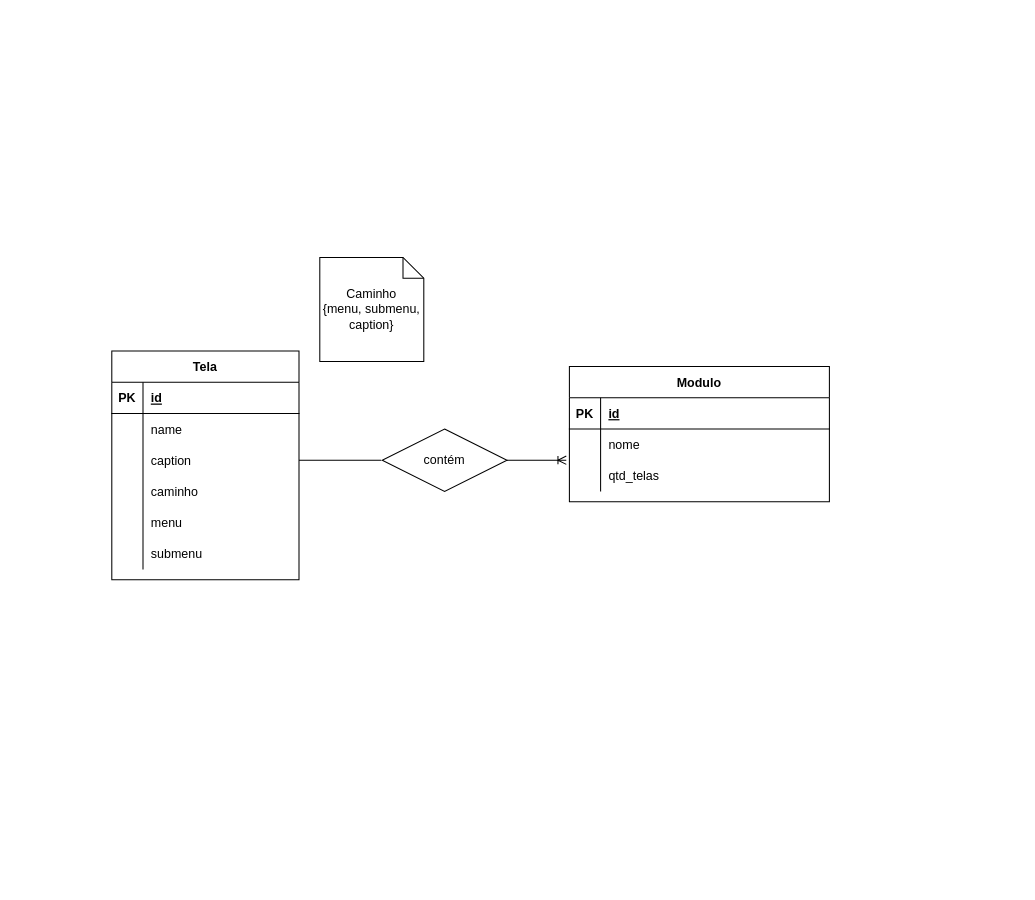
Above: Untitled Diagram.drawio in alanisg/Atividade-01 (draw.io), before the change. Source tidied: cells renumbered, new cells numbered last; positions are measured from the earlier drawing's top-left corner, leaving out a move shared by most shapes. Both pictures are drawn from the tidied source at 104%, with x=0, y=0 at pixel (111, 257).
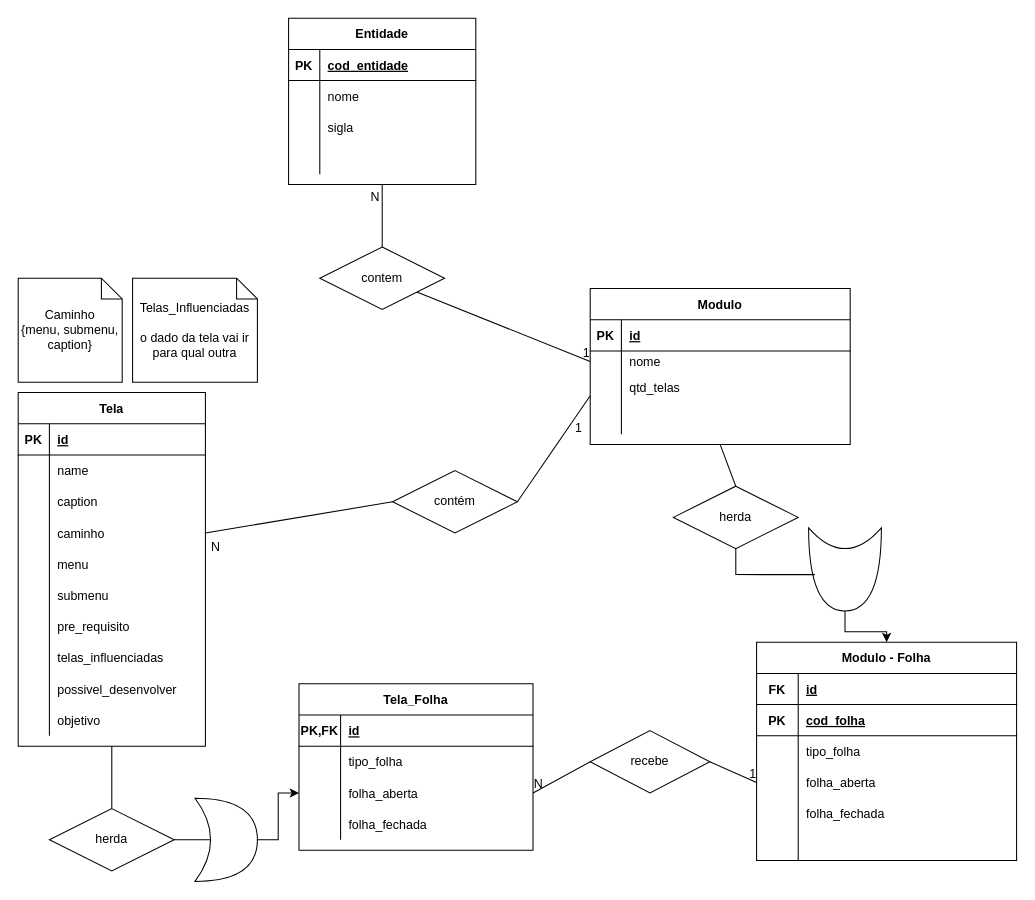
Above is the later version.

The change refers to these unchanged cells:
```xml
<mxCell id="19" style="shape=partialRectangle;fillColor=none;top=0;left=0;bottom=0;right=0;points=[[0,0.5],[1,0.5]];portConstraint=eastwest;" parent="12" vertex="1">
  <mxGeometry y="90" width="180" height="30" as="geometry" />
</mxCell>
<mxCell id="22" style="shape=partialRectangle;fillColor=none;top=0;left=0;bottom=0;right=0;points=[[0,0.5],[1,0.5]];portConstraint=eastwest;" parent="12" vertex="1">
  <mxGeometry y="120" width="180" height="30" as="geometry" />
</mxCell>
```

What changed in the source:
```diff
@@
     <mxCell id="2" value="Modulo" style="shape=table;startSize=30;childLayout=tableLayout;rowLines=0;fontStyle=1;align=center;" parent="1" vertex="1">
-      <mxGeometry x="440" y="105" width="250" height="130" as="geometry" />
+      <mxGeometry x="460" y="30" width="250" height="150" as="geometry" />
     </mxCell>
@@
     <mxCell id="6" style="shape=partialRectangle;fillColor=none;points=[[0,0.5],[1,0.5]];portConstraint=eastwest;top=0;left=0;right=0;bottom=0;" parent="2" vertex="1">
-      <mxGeometry y="60" width="250" height="30" as="geometry" />
+      <mxGeometry y="60" width="250" height="20" as="geometry" />
     </mxCell>
     <mxCell id="7" style="shape=partialRectangle;overflow=hidden;fillColor=none;top=0;left=0;bottom=0;right=0;" parent="6" vertex="1">
-      <mxGeometry width="30" height="30" as="geometry" />
+      <mxGeometry width="30" height="20" as="geometry" />
     </mxCell>
     <mxCell id="8" value="nome" style="shape=partialRectangle;overflow=hidden;fillColor=none;top=0;left=0;bottom=0;right=0;align=left;spacingLeft=6;" parent="6" vertex="1">
-      <mxGeometry x="30" width="220" height="30" as="geometry" />
+      <mxGeometry x="30" width="220" height="20" as="geometry" />
     </mxCell>
     <mxCell id="9" style="shape=partialRectangle;fillColor=none;points=[[0,0.5],[1,0.5]];portConstraint=eastwest;top=0;left=0;right=0;bottom=0;" parent="2" vertex="1">
-      <mxGeometry y="90" width="250" height="30" as="geometry" />
+      <mxGeometry y="80" width="250" height="30" as="geometry" />
     </mxCell>
@@
+    <mxCell id="35" style="shape=partialRectangle;fillColor=none;top=0;left=0;right=0;bottom=0;" parent="2" vertex="1">
+      <mxGeometry y="110" width="250" height="30" as="geometry" />
+    </mxCell>
+    <mxCell id="36" style="shape=partialRectangle;overflow=hidden;fillColor=none;top=0;left=0;bottom=0;right=0;" parent="35" vertex="1">
+      <mxGeometry width="30" height="30" as="geometry" />
+    </mxCell>
+    <mxCell id="37" style="shape=partialRectangle;overflow=hidden;fillColor=none;top=0;left=0;bottom=0;right=0;align=left;spacingLeft=6;" parent="35" vertex="1">
+      <mxGeometry x="30" width="220" height="30" as="geometry" />
+    </mxCell>
     <mxCell id="12" value="Tela" style="shape=table;startSize=30;childLayout=tableLayout;rowLines=0;fontStyle=1;align=center;" parent="1" vertex="1">
-      <mxGeometry y="90" width="180" height="220" as="geometry" />
+      <mxGeometry x="-90" y="130" width="180" height="340" as="geometry" />
     </mxCell>
@@
+    <mxCell id="38" style="shape=partialRectangle;fillColor=none;top=0;left=0;bottom=0;right=0;" parent="12" vertex="1">
+      <mxGeometry y="210" width="180" height="30" as="geometry" />
+    </mxCell>
+    <mxCell id="39" style="shape=partialRectangle;fillColor=none;top=0;left=0;bottom=0;right=0;overflow=hidden;" parent="38" vertex="1">
+      <mxGeometry width="30" height="30" as="geometry" />
+    </mxCell>
+    <mxCell id="40" value="pre_requisito" style="shape=partialRectangle;fillColor=none;top=0;left=0;bottom=0;right=0;align=left;spacingLeft=6;overflow=hidden;" parent="38" vertex="1">
+      <mxGeometry x="30" width="150" height="30" as="geometry" />
+    </mxCell>
+    <mxCell id="41" style="shape=partialRectangle;fillColor=none;top=0;left=0;bottom=0;right=0;" parent="12" vertex="1">
+      <mxGeometry y="240" width="180" height="30" as="geometry" />
+    </mxCell>
+    <mxCell id="42" style="shape=partialRectangle;fillColor=none;top=0;left=0;bottom=0;right=0;overflow=hidden;" parent="41" vertex="1">
+      <mxGeometry width="30" height="30" as="geometry" />
+    </mxCell>
+    <mxCell id="43" value="telas_influenciadas" style="shape=partialRectangle;fillColor=none;top=0;left=0;bottom=0;right=0;align=left;spacingLeft=6;overflow=hidden;" parent="41" vertex="1">
+      <mxGeometry x="30" width="150" height="30" as="geometry" />
+    </mxCell>
+    <mxCell id="44" style="shape=partialRectangle;fillColor=none;top=0;left=0;bottom=0;right=0;" parent="12" vertex="1">
+      <mxGeometry y="270" width="180" height="30" as="geometry" />
+    </mxCell>
+    <mxCell id="45" style="shape=partialRectangle;fillColor=none;top=0;left=0;bottom=0;right=0;overflow=hidden;" parent="44" vertex="1">
+      <mxGeometry width="30" height="30" as="geometry" />
+    </mxCell>
+    <mxCell id="46" value="possivel_desenvolver" style="shape=partialRectangle;fillColor=none;top=0;left=0;bottom=0;right=0;align=left;spacingLeft=6;overflow=hidden;" parent="44" vertex="1">
+      <mxGeometry x="30" width="150" height="30" as="geometry" />
+    </mxCell>
+    <mxCell id="47" style="shape=partialRectangle;fillColor=none;top=0;left=0;bottom=0;right=0;points=[[0,0.5],[1,0.5]];portConstraint=eastwest;" parent="12" vertex="1">
+      <mxGeometry y="300" width="180" height="30" as="geometry" />
+    </mxCell>
+    <mxCell id="48" style="shape=partialRectangle;fillColor=none;top=0;left=0;bottom=0;right=0;overflow=hidden;" parent="47" vertex="1">
+      <mxGeometry width="30" height="30" as="geometry" />
+    </mxCell>
+    <mxCell id="49" value="objetivo" style="shape=partialRectangle;fillColor=none;top=0;left=0;bottom=0;right=0;align=left;spacingLeft=6;overflow=hidden;" parent="47" vertex="1">
+      <mxGeometry x="30" width="150" height="30" as="geometry" />
+    </mxCell>
+    <mxCell id="34" value="Caminho&lt;br&gt;{menu, submenu, caption}" style="shape=note;size=20;whiteSpace=wrap;html=1;" parent="1" vertex="1">
+      <mxGeometry x="-90" y="20" width="100" height="100" as="geometry" />
+    </mxCell>
+    <mxCell id="50" value="Telas_Influenciadas&lt;br&gt;&lt;br&gt;o dado da tela vai ir para qual outra" style="shape=note;size=20;whiteSpace=wrap;html=1;" parent="1" vertex="1">
+      <mxGeometry x="20" y="20" width="120" height="100" as="geometry" />
+    </mxCell>
+    <mxCell id="51" value="Modulo - Folha" style="shape=table;startSize=30;childLayout=tableLayout;rowLines=0;fontStyle=1;align=center;" parent="1" vertex="1">
+      <mxGeometry x="620" y="370" width="250" height="210" as="geometry" />
+    </mxCell>
+    <mxCell id="52" style="shape=partialRectangle;fillColor=none;top=0;left=0;bottom=1;right=0;" parent="51" vertex="1">
+      <mxGeometry y="30" width="250" height="30" as="geometry" />
+    </mxCell>
+    <mxCell id="53" value="FK" style="shape=partialRectangle;fillColor=none;top=0;left=0;bottom=0;right=0;fontStyle=1;overflow=hidden;" parent="52" vertex="1">
+      <mxGeometry width="40" height="30" as="geometry" />
+    </mxCell>
+    <mxCell id="54" value="id" style="shape=partialRectangle;fillColor=none;top=0;left=0;bottom=0;right=0;align=left;spacingLeft=6;fontStyle=5;overflow=hidden;" parent="52" vertex="1">
+      <mxGeometry x="40" width="210" height="30" as="geometry" />
+    </mxCell>
+    <mxCell id="55" style="shape=partialRectangle;fillColor=none;top=0;left=0;bottom=1;right=0;" parent="51" vertex="1">
+      <mxGeometry y="60" width="250" height="30" as="geometry" />
+    </mxCell>
+    <mxCell id="56" value="PK" style="shape=partialRectangle;fillColor=none;top=0;left=0;bottom=0;right=0;fontStyle=1;overflow=hidden;" parent="55" vertex="1">
+      <mxGeometry width="40" height="30" as="geometry" />
+    </mxCell>
+    <mxCell id="57" value="cod_folha" style="shape=partialRectangle;fillColor=none;top=0;left=0;bottom=0;right=0;align=left;spacingLeft=6;fontStyle=5;overflow=hidden;" parent="55" vertex="1">
+      <mxGeometry x="40" width="210" height="30" as="geometry" />
+    </mxCell>
+    <mxCell id="58" style="shape=partialRectangle;fillColor=none;top=0;left=0;bottom=0;right=0;" parent="51" vertex="1">
+      <mxGeometry y="90" width="250" height="30" as="geometry" />
+    </mxCell>
+    <mxCell id="59" style="shape=partialRectangle;fillColor=none;top=0;left=0;bottom=0;right=0;overflow=hidden;" parent="58" vertex="1">
+      <mxGeometry width="40" height="30" as="geometry" />
+    </mxCell>
+    <mxCell id="60" value="tipo_folha" style="shape=partialRectangle;fillColor=none;top=0;left=0;bottom=0;right=0;align=left;spacingLeft=6;overflow=hidden;" parent="58" vertex="1">
+      <mxGeometry x="40" width="210" height="30" as="geometry" />
+    </mxCell>
+    <mxCell id="61" style="shape=partialRectangle;fillColor=none;top=0;left=0;bottom=0;right=0;points=[[0,0.5],[1,0.5]];portConstraint=eastwest;" parent="51" vertex="1">
+      <mxGeometry y="120" width="250" height="30" as="geometry" />
+    </mxCell>
+    <mxCell id="62" style="shape=partialRectangle;fillColor=none;top=0;left=0;bottom=0;right=0;overflow=hidden;" parent="61" vertex="1">
+      <mxGeometry width="40" height="30" as="geometry" />
+    </mxCell>
+    <mxCell id="63" value="folha_aberta" style="shape=partialRectangle;fillColor=none;top=0;left=0;bottom=0;right=0;align=left;spacingLeft=6;overflow=hidden;" parent="61" vertex="1">
+      <mxGeometry x="40" width="210" height="30" as="geometry" />
+    </mxCell>
+    <mxCell id="64" style="shape=partialRectangle;fillColor=none;top=0;left=0;bottom=0;right=0;" parent="51" vertex="1">
+      <mxGeometry y="150" width="250" height="30" as="geometry" />
+    </mxCell>
+    <mxCell id="65" style="shape=partialRectangle;fillColor=none;top=0;left=0;bottom=0;right=0;overflow=hidden;" parent="64" vertex="1">
+      <mxGeometry width="40" height="30" as="geometry" />
+    </mxCell>
+    <mxCell id="66" value="folha_fechada" style="shape=partialRectangle;fillColor=none;top=0;left=0;bottom=0;right=0;align=left;spacingLeft=6;overflow=hidden;" parent="64" vertex="1">
+      <mxGeometry x="40" width="210" height="30" as="geometry" />
+    </mxCell>
+    <mxCell id="67" style="shape=partialRectangle;fillColor=none;top=0;left=0;bottom=0;right=0;" parent="51" vertex="1">
+      <mxGeometry y="180" width="250" height="30" as="geometry" />
+    </mxCell>
+    <mxCell id="68" style="shape=partialRectangle;fillColor=none;top=0;left=0;bottom=0;right=0;overflow=hidden;" parent="67" vertex="1">
+      <mxGeometry width="40" height="30" as="geometry" />
+    </mxCell>
+    <mxCell id="69" style="shape=partialRectangle;fillColor=none;top=0;left=0;bottom=0;right=0;align=left;spacingLeft=6;overflow=hidden;" parent="67" vertex="1">
+      <mxGeometry x="40" width="210" height="30" as="geometry" />
+    </mxCell>
-    <mxCell id="31" style="edgeStyle=entityRelationEdgeStyle;fontSize=12;html=1;endArrow=ERoneToMany;entryX=-0.012;entryY=0;entryDx=0;entryDy=0;entryPerimeter=0;startArrow=none;exitX=1;exitY=0.5;exitDx=0;exitDy=0;" parent="1" edge="1" source="32" target="9">
+    <mxCell id="31" style="endArrow=none;html=1;rounded=0;entryX=0;entryY=0.767;entryDx=0;entryDy=0;entryPerimeter=0;exitX=1;exitY=0.5;exitDx=0;exitDy=0;startArrow=none;" parent="1" edge="1" source="32" target="9">
       <mxGeometry relative="1" as="geometry" />
     </mxCell>
     <mxCell id="32" value="contém" style="shape=rhombus;perimeter=rhombusPerimeter;whiteSpace=wrap;html=1;align=center;" parent="1" vertex="1">
-      <mxGeometry x="260" y="165" width="120" height="60" as="geometry" />
+      <mxGeometry x="270" y="205" width="120" height="60" as="geometry" />
     </mxCell>
-    <mxCell id="33" style="edgeStyle=entityRelationEdgeStyle;fontSize=12;html=1;endArrow=none;exitX=1;exitY=0.5;exitDx=0;exitDy=0;" parent="1" edge="1" source="19">
-      <mxGeometry relative="1" as="geometry">
-        <mxPoint x="259" y="195" as="targetPoint" />
-      </mxGeometry>
-    </mxCell>
-    <mxCell id="34" value="Caminho&lt;br&gt;{menu, submenu, caption}" style="shape=note;size=20;whiteSpace=wrap;html=1;" parent="1" vertex="1">
-      <mxGeometry x="200" width="100" height="100" as="geometry" />
-    </mxCell>
+    <mxCell id="70" style="endArrow=none;html=1;rounded=0;entryX=0;entryY=0.5;entryDx=0;entryDy=0;exitX=1;exitY=0.5;exitDx=0;exitDy=0;" parent="1" edge="1" source="22" target="32">
+      <mxGeometry relative="1" as="geometry" />
+    </mxCell>
+    <mxCell id="71" value="N" style="text;strokeColor=none;fillColor=none;spacingLeft=4;spacingRight=4;overflow=hidden;fontSize=12;" parent="1" vertex="1">
+      <mxGeometry x="90" y="265" width="40" height="30" as="geometry" />
+    </mxCell>
+    <mxCell id="72" value="1" style="text;strokeColor=none;fillColor=none;spacingLeft=4;spacingRight=4;overflow=hidden;fontSize=12;" parent="1" vertex="1">
+      <mxGeometry x="440" y="150" width="40" height="20" as="geometry" />
+    </mxCell>
+    <mxCell id="73" value="Tela_Folha" style="shape=table;startSize=30;childLayout=tableLayout;rowLines=0;fontStyle=1;align=center;" parent="1" vertex="1">
+      <mxGeometry x="180" y="410" width="225" height="160" as="geometry" />
+    </mxCell>
+    <mxCell id="74" style="shape=partialRectangle;fillColor=none;top=0;left=0;bottom=1;right=0;" parent="73" vertex="1">
+      <mxGeometry y="30" width="225" height="30" as="geometry" />
+    </mxCell>
+    <mxCell id="75" value="PK,FK" style="shape=partialRectangle;fillColor=none;top=0;left=0;bottom=0;right=0;fontStyle=1;overflow=hidden;" parent="74" vertex="1">
+      <mxGeometry width="40" height="30" as="geometry" />
+    </mxCell>
+    <mxCell id="76" value="id" style="shape=partialRectangle;fillColor=none;top=0;left=0;bottom=0;right=0;align=left;spacingLeft=6;fontStyle=5;overflow=hidden;" parent="74" vertex="1">
+      <mxGeometry x="40" width="185" height="30" as="geometry" />
+    </mxCell>
+    <mxCell id="77" style="shape=partialRectangle;fillColor=none;top=0;left=0;bottom=0;right=0;" parent="73" vertex="1">
+      <mxGeometry y="60" width="225" height="30" as="geometry" />
+    </mxCell>
+    <mxCell id="78" style="shape=partialRectangle;fillColor=none;top=0;left=0;bottom=0;right=0;overflow=hidden;" parent="77" vertex="1">
+      <mxGeometry width="40" height="30" as="geometry" />
+    </mxCell>
+    <mxCell id="79" value="tipo_folha" style="shape=partialRectangle;fillColor=none;top=0;left=0;bottom=0;right=0;align=left;spacingLeft=6;overflow=hidden;" parent="77" vertex="1">
+      <mxGeometry x="40" width="185" height="30" as="geometry" />
+    </mxCell>
+    <mxCell id="80" style="shape=partialRectangle;fillColor=none;top=0;left=0;bottom=0;right=0;points=[[0,0.5],[1,0.5]];portConstraint=eastwest;" parent="73" vertex="1">
+      <mxGeometry y="90" width="225" height="30" as="geometry" />
+    </mxCell>
+    <mxCell id="81" style="shape=partialRectangle;fillColor=none;top=0;left=0;bottom=0;right=0;overflow=hidden;" parent="80" vertex="1">
+      <mxGeometry width="40" height="30" as="geometry" />
+    </mxCell>
+    <mxCell id="82" value="folha_aberta" style="shape=partialRectangle;fillColor=none;top=0;left=0;bottom=0;right=0;align=left;spacingLeft=6;overflow=hidden;" parent="80" vertex="1">
+      <mxGeometry x="40" width="185" height="30" as="geometry" />
+    </mxCell>
+    <mxCell id="83" style="shape=partialRectangle;fillColor=none;top=0;left=0;bottom=0;right=0;" parent="73" vertex="1">
+      <mxGeometry y="120" width="225" height="30" as="geometry" />
+    </mxCell>
+    <mxCell id="84" style="shape=partialRectangle;fillColor=none;top=0;left=0;bottom=0;right=0;overflow=hidden;" parent="83" vertex="1">
+      <mxGeometry width="40" height="30" as="geometry" />
+    </mxCell>
+    <mxCell id="85" value="folha_fechada" style="shape=partialRectangle;fillColor=none;top=0;left=0;bottom=0;right=0;align=left;spacingLeft=6;overflow=hidden;" parent="83" vertex="1">
+      <mxGeometry x="40" width="185" height="30" as="geometry" />
+    </mxCell>
+    <mxCell id="86" style="edgeStyle=orthogonalEdgeStyle;rounded=0;jettySize=auto;html=1;exitX=1;exitY=0.5;exitDx=0;exitDy=0;entryX=0;entryY=0.5;entryDx=0;entryDy=0;startArrow=none;" parent="1" edge="1" source="90" target="80">
+      <mxGeometry relative="1" as="geometry" />
+    </mxCell>
+    <mxCell id="87" value="herda" style="shape=rhombus;perimeter=rhombusPerimeter;whiteSpace=wrap;html=1;align=center;" parent="1" vertex="1">
+      <mxGeometry x="-60" y="530" width="120" height="60" as="geometry" />
+    </mxCell>
+    <mxCell id="88" style="endArrow=none;html=1;rounded=0;entryX=0.5;entryY=0;entryDx=0;entryDy=0;exitX=0.5;exitY=1.333;exitDx=0;exitDy=0;exitPerimeter=0;" parent="1" edge="1" source="47" target="87">
+      <mxGeometry relative="1" as="geometry" />
+    </mxCell>
+    <mxCell id="89" value="recebe" style="shape=rhombus;perimeter=rhombusPerimeter;whiteSpace=wrap;html=1;align=center;" parent="1" vertex="1">
+      <mxGeometry x="460" y="455" width="115" height="60" as="geometry" />
+    </mxCell>
+    <mxCell id="90" style="shape=xor;whiteSpace=wrap;html=1;strokeWidth=1;perimeterSpacing=0;shadow=0;sketch=0;fillOpacity=100;labelPadding=0;perimeter=none;fixDash=0;" parent="1" vertex="1">
+      <mxGeometry x="80" y="520" width="60" height="80" as="geometry" />
+    </mxCell>
+    <mxCell id="91" style="edgeStyle=orthogonalEdgeStyle;rounded=0;jettySize=auto;html=1;exitX=1;exitY=0.5;exitDx=0;exitDy=0;endArrow=none;entryX=0.25;entryY=0.5;entryDx=0;entryDy=0;entryPerimeter=0;" parent="1" edge="1" source="87" target="90">
+      <mxGeometry relative="1" as="geometry" />
+    </mxCell>
+    <mxCell id="92" value="Entidade" style="shape=table;startSize=30;childLayout=tableLayout;rowLines=0;fontStyle=1;align=center;shadow=0;sketch=0;strokeWidth=1;" parent="1" vertex="1">
+      <mxGeometry x="170" y="-230" width="180" height="160" as="geometry" />
+    </mxCell>
+    <mxCell id="93" style="shape=partialRectangle;fillColor=none;top=0;left=0;bottom=1;right=0;" parent="92" vertex="1">
+      <mxGeometry y="30" width="180" height="30" as="geometry" />
+    </mxCell>
+    <mxCell id="94" value="PK" style="shape=partialRectangle;fillColor=none;top=0;left=0;bottom=0;right=0;fontStyle=1;overflow=hidden;" parent="93" vertex="1">
+      <mxGeometry width="30" height="30" as="geometry" />
+    </mxCell>
+    <mxCell id="95" value="cod_entidade" style="shape=partialRectangle;fillColor=none;top=0;left=0;bottom=0;right=0;align=left;spacingLeft=6;fontStyle=5;overflow=hidden;" parent="93" vertex="1">
+      <mxGeometry x="30" width="150" height="30" as="geometry" />
+    </mxCell>
+    <mxCell id="96" style="shape=partialRectangle;fillColor=none;top=0;left=0;bottom=0;right=0;" parent="92" vertex="1">
+      <mxGeometry y="60" width="180" height="30" as="geometry" />
+    </mxCell>
+    <mxCell id="97" style="shape=partialRectangle;fillColor=none;top=0;left=0;bottom=0;right=0;overflow=hidden;" parent="96" vertex="1">
+      <mxGeometry width="30" height="30" as="geometry" />
+    </mxCell>
+    <mxCell id="98" value="nome" style="shape=partialRectangle;fillColor=none;top=0;left=0;bottom=0;right=0;align=left;spacingLeft=6;overflow=hidden;" parent="96" vertex="1">
+      <mxGeometry x="30" width="150" height="30" as="geometry" />
+    </mxCell>
+    <mxCell id="99" style="shape=partialRectangle;fillColor=none;top=0;left=0;bottom=0;right=0;" parent="92" vertex="1">
+      <mxGeometry y="90" width="180" height="30" as="geometry" />
+    </mxCell>
+    <mxCell id="100" style="shape=partialRectangle;fillColor=none;top=0;left=0;bottom=0;right=0;overflow=hidden;" parent="99" vertex="1">
+      <mxGeometry width="30" height="30" as="geometry" />
+    </mxCell>
+    <mxCell id="101" value="sigla" style="shape=partialRectangle;fillColor=none;top=0;left=0;bottom=0;right=0;align=left;spacingLeft=6;overflow=hidden;" parent="99" vertex="1">
+      <mxGeometry x="30" width="150" height="30" as="geometry" />
+    </mxCell>
+    <mxCell id="102" style="shape=partialRectangle;fillColor=none;top=0;left=0;bottom=0;right=0;" parent="92" vertex="1">
+      <mxGeometry y="120" width="180" height="30" as="geometry" />
+    </mxCell>
+    <mxCell id="103" style="shape=partialRectangle;fillColor=none;top=0;left=0;bottom=0;right=0;overflow=hidden;" parent="102" vertex="1">
+      <mxGeometry width="30" height="30" as="geometry" />
+    </mxCell>
+    <mxCell id="104" style="shape=partialRectangle;fillColor=none;top=0;left=0;bottom=0;right=0;align=left;spacingLeft=6;overflow=hidden;" parent="102" vertex="1">
+      <mxGeometry x="30" width="150" height="30" as="geometry" />
+    </mxCell>
+    <mxCell id="105" value="contem" style="shape=rhombus;perimeter=rhombusPerimeter;whiteSpace=wrap;html=1;align=center;shadow=0;sketch=0;strokeWidth=1;" parent="1" vertex="1">
+      <mxGeometry x="200" y="-10" width="120" height="60" as="geometry" />
+    </mxCell>
+    <mxCell id="106" style="endArrow=none;html=1;rounded=0;entryX=0;entryY=0.5;entryDx=0;entryDy=0;" parent="1" edge="1" source="105" target="6">
+      <mxGeometry relative="1" as="geometry" />
+    </mxCell>
+    <mxCell id="107" value="1" style="html=1;align=right;verticalAlign=bottom;" parent="106" vertex="1">
+      <mxGeometry x="1" relative="1" as="geometry" />
+    </mxCell>
+    <mxCell id="108" style="endArrow=none;html=1;rounded=0;entryX=0.5;entryY=1;entryDx=0;entryDy=0;exitX=0.5;exitY=0;exitDx=0;exitDy=0;" parent="1" edge="1" source="105" target="92">
+      <mxGeometry relative="1" as="geometry" />
+    </mxCell>
+    <mxCell id="109" value="N" style="html=1;align=right;verticalAlign=bottom;" parent="108" vertex="1">
+      <mxGeometry x="1" relative="1" as="geometry">
+        <mxPoint x="-2" y="20" as="offset" />
+      </mxGeometry>
+    </mxCell>
+    <mxCell id="110" style="edgeStyle=orthogonalEdgeStyle;rounded=0;jettySize=auto;html=1;exitX=1;exitY=0.5;exitDx=0;exitDy=0;entryX=0.5;entryY=0;entryDx=0;entryDy=0;startArrow=none;exitPerimeter=0;" parent="1" edge="1" source="113" target="51">
+      <mxGeometry relative="1" as="geometry" />
+    </mxCell>
+    <mxCell id="111" value="herda" style="shape=rhombus;perimeter=rhombusPerimeter;whiteSpace=wrap;html=1;align=center;shadow=0;sketch=0;strokeWidth=1;" parent="1" vertex="1">
+      <mxGeometry x="540" y="220" width="120" height="60" as="geometry" />
+    </mxCell>
+    <mxCell id="112" style="endArrow=none;html=1;rounded=0;entryX=0.5;entryY=0;entryDx=0;entryDy=0;exitX=0.5;exitY=1;exitDx=0;exitDy=0;" parent="1" edge="1" source="2" target="111">
+      <mxGeometry relative="1" as="geometry" />
+    </mxCell>
+    <mxCell id="113" style="shape=xor;whiteSpace=wrap;html=1;shadow=0;sketch=0;strokeWidth=1;direction=south;perimeterSpacing=0;gradientDirection=north;" parent="1" vertex="1">
+      <mxGeometry x="670" y="260" width="70" height="80" as="geometry" />
+    </mxCell>
+    <mxCell id="114" style="edgeStyle=orthogonalEdgeStyle;rounded=0;jettySize=auto;html=1;exitX=0.5;exitY=1;exitDx=0;exitDy=0;entryX=0.563;entryY=0.914;entryDx=0;entryDy=0;endArrow=none;entryPerimeter=0;" parent="1" edge="1" source="111" target="113">
+      <mxGeometry relative="1" as="geometry" />
+    </mxCell>
+    <mxCell id="115" style="endArrow=none;html=1;rounded=0;exitX=1;exitY=0.5;exitDx=0;exitDy=0;entryX=0;entryY=0.5;entryDx=0;entryDy=0;" parent="1" edge="1" source="89" target="61">
+      <mxGeometry relative="1" as="geometry" />
+    </mxCell>
+    <mxCell id="116" value="1" style="html=1;align=right;verticalAlign=bottom;" parent="115" vertex="1">
+      <mxGeometry x="1" relative="1" as="geometry" />
+    </mxCell>
+    <mxCell id="117" style="endArrow=none;html=1;rounded=0;exitX=0;exitY=0.5;exitDx=0;exitDy=0;entryX=1;entryY=0.5;entryDx=0;entryDy=0;" parent="1" edge="1" source="89" target="80">
+      <mxGeometry relative="1" as="geometry" />
+    </mxCell>
+    <mxCell id="118" value="N" style="html=1;align=right;verticalAlign=bottom;" parent="117" vertex="1">
+      <mxGeometry x="1" relative="1" as="geometry">
+        <mxPoint x="10" as="offset" />
+      </mxGeometry>
+    </mxCell>
```
